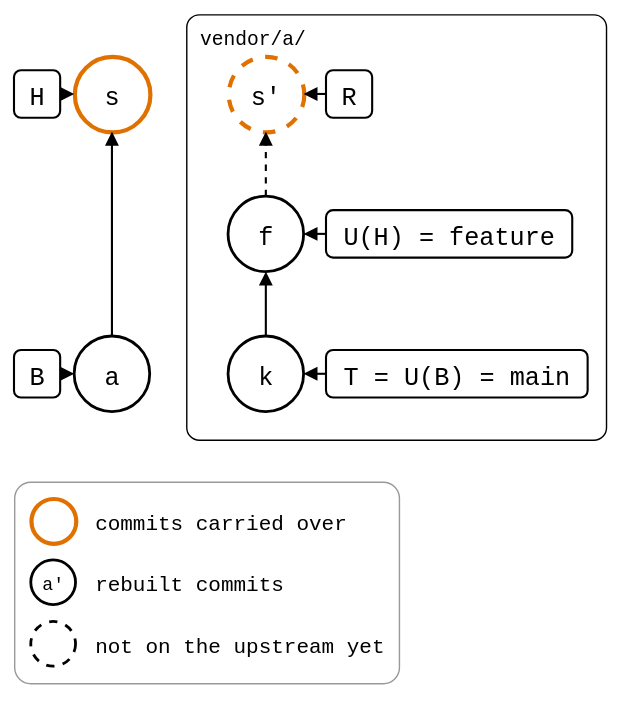
The draw.io diagram docs/09-scenarios/03-branches-and-teamwork/03-squash-merged-pull/01-local-edit-in-the-squash/local-edit-in-the-squash.drawio.svg in roschaefer/git-splice, before a commit. Source tidied: cells renumbered, new cells last; positions are measured from the earlier drawing's top-left corner, leaving out a move shared by most shapes.
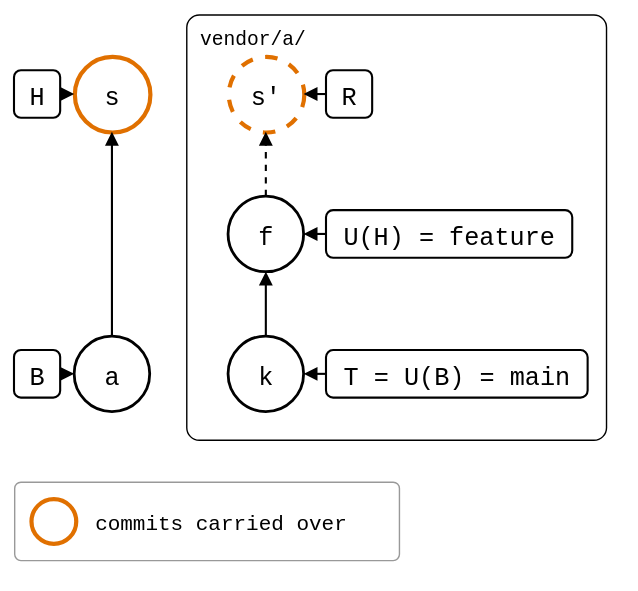
Later version of the same file.

Change to the diagram source:
```diff
@@ -60,7 +60,7 @@
       <mxGeometry relative="1" as="geometry" />
     </mxCell>
     <mxCell id="21" style="rounded=1;arcSize=8;fillColor=none;strokeColor=#999999;strokeWidth=1;legend=1;" parent="1" vertex="1">
-      <mxGeometry y="334" width="275" height="144" as="geometry" />
+      <mxGeometry y="334" width="275" height="56" as="geometry" />
     </mxCell>
     <mxCell id="22" style="ellipse;fontSize=13;fontFamily=Roboto Mono,monospace;strokeColor=#E07000;strokeWidth=3;" parent="21" vertex="1">
       <mxGeometry x="12" y="12" width="32" height="32" as="geometry" />
@@ -68,17 +68,5 @@
     <mxCell id="23" value="commits carried over" style="text;align=left;verticalAlign=middle;fontSize=15;fontFamily=Roboto Mono,monospace;" parent="21" vertex="1">
       <mxGeometry x="56" y="12" width="180" height="32" as="geometry" />
     </mxCell>
-    <mxCell id="24" value="a'" style="ellipse;fontSize=13;fontFamily=Roboto Mono,monospace;strokeWidth=2;" parent="21" vertex="1">
-      <mxGeometry x="12" y="56" width="32" height="32" as="geometry" />
-    </mxCell>
-    <mxCell id="25" value="rebuilt commits" style="text;align=left;verticalAlign=middle;fontSize=15;fontFamily=Roboto Mono,monospace;" parent="21" vertex="1">
-      <mxGeometry x="56" y="56" width="135" height="32" as="geometry" />
-    </mxCell>
-    <mxCell id="26" style="ellipse;fontSize=13;fontFamily=Roboto Mono,monospace;strokeWidth=2;dashed=1;" parent="21" vertex="1">
-      <mxGeometry x="12" y="100" width="32" height="32" as="geometry" />
-    </mxCell>
-    <mxCell id="27" value="not on the upstream yet" style="text;align=left;verticalAlign=middle;fontSize=15;fontFamily=Roboto Mono,monospace;" parent="21" vertex="1">
-      <mxGeometry x="56" y="100" width="207" height="32" as="geometry" />
-    </mxCell>
   </root>
 </mxGraphModel>
```
